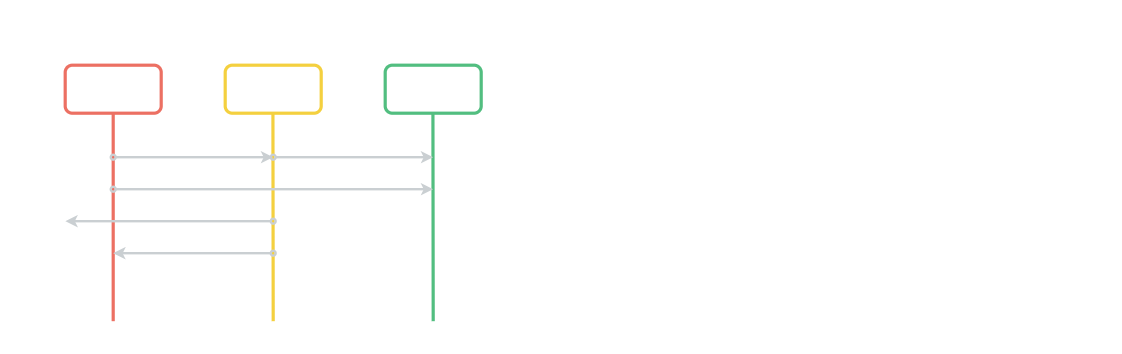
The draw.io diagram images/local_git_repository_basic_workflow.png in joseesco24/notas_de_desarrollo, before a commit. Source tidied: cells renumbered, new cells last; positions are measured from the earlier drawing's top-left corner, leaving out a move shared by most shapes.
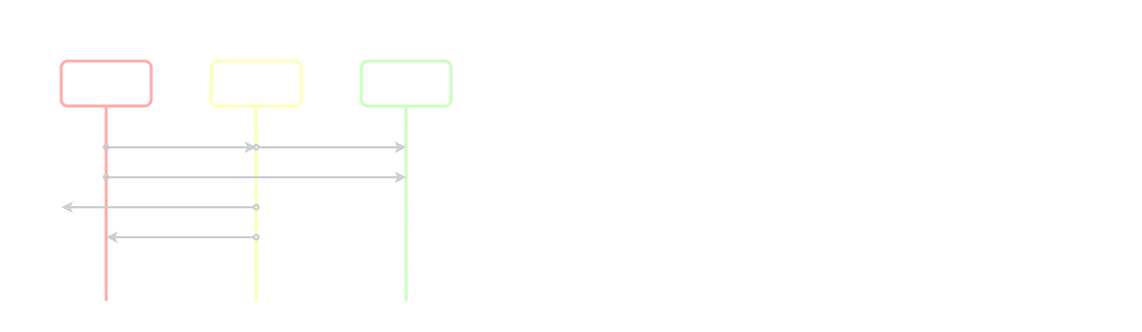
After the commit.

Commit message:
Mejoras en el diagrama de flujo de trabajo basico con git

The edit, as a diff of the source:
```diff
@@ -3,32 +3,32 @@
     <mxCell id="0" />
     <mxCell id="1" parent="0" />
     <mxCell id="2" style="rounded=1;whiteSpace=wrap;html=1;dashed=1;strokeWidth=2;shadow=0;sketch=0;glass=0;fillColor=none;strokeColor=#FFFFFF;" parent="1" vertex="1">
-      <mxGeometry x="720" width="680" height="440" as="geometry" />
+      <mxGeometry x="840" width="680" height="440" as="geometry" />
     </mxCell>
     <mxCell id="3" style="rounded=1;whiteSpace=wrap;html=1;dashed=1;strokeWidth=2;shadow=0;sketch=0;glass=0;fillColor=none;strokeColor=#FFFFFF;" parent="1" vertex="1">
       <mxGeometry width="680" height="440" as="geometry" />
     </mxCell>
-    <mxCell id="4" style="rounded=1;whiteSpace=wrap;html=1;strokeColor=#EC7063;strokeWidth=4;fillColor=none;" parent="1" vertex="1">
+    <mxCell id="4" style="rounded=1;whiteSpace=wrap;html=1;strokeWidth=4;fillColor=none;strokeColor=#FFADAD;" parent="1" vertex="1">
       <mxGeometry x="80" y="80" width="120" height="60" as="geometry" />
     </mxCell>
-    <mxCell id="5" style="rounded=1;whiteSpace=wrap;html=1;strokeColor=#F4D03F;strokeWidth=4;fillColor=none;" parent="1" vertex="1">
+    <mxCell id="5" style="rounded=1;whiteSpace=wrap;html=1;strokeWidth=4;fillColor=none;strokeColor=#FDFFB6;" parent="1" vertex="1">
       <mxGeometry x="280" y="80" width="120" height="60" as="geometry" />
     </mxCell>
-    <mxCell id="6" style="rounded=1;whiteSpace=wrap;html=1;strokeColor=#52BE80;strokeWidth=4;fillColor=none;" parent="1" vertex="1">
+    <mxCell id="6" style="rounded=1;whiteSpace=wrap;html=1;strokeWidth=4;fillColor=none;strokeColor=#CAFFBF;" parent="1" vertex="1">
       <mxGeometry x="480" y="80" width="120" height="60" as="geometry" />
     </mxCell>
-    <mxCell id="7" style="endArrow=none;html=1;entryX=0.5;entryY=1;entryDx=0;entryDy=0;strokeColor=#EC7063;strokeWidth=4;" parent="1" edge="1" target="4">
+    <mxCell id="7" style="endArrow=none;html=1;entryX=0.5;entryY=1;entryDx=0;entryDy=0;strokeWidth=4;strokeColor=#FFADAD;" parent="1" edge="1" target="4">
       <mxGeometry relative="1" as="geometry">
         <mxPoint x="140" y="400" as="sourcePoint" />
       </mxGeometry>
     </mxCell>
-    <mxCell id="8" style="endArrow=none;html=1;entryX=0.5;entryY=1;entryDx=0;entryDy=0;strokeColor=#F4D03F;strokeWidth=4;" parent="1" edge="1">
+    <mxCell id="8" style="endArrow=none;html=1;entryX=0.5;entryY=1;entryDx=0;entryDy=0;strokeWidth=4;strokeColor=#FDFFB6;" parent="1" edge="1">
       <mxGeometry relative="1" as="geometry">
         <mxPoint x="340" y="400" as="sourcePoint" />
         <mxPoint x="339.7" y="140" as="targetPoint" />
       </mxGeometry>
     </mxCell>
-    <mxCell id="9" style="endArrow=none;html=1;entryX=0.5;entryY=1;entryDx=0;entryDy=0;strokeColor=#52BE80;strokeWidth=4;" parent="1" edge="1">
+    <mxCell id="9" style="endArrow=none;html=1;entryX=0.5;entryY=1;entryDx=0;entryDy=0;strokeWidth=4;strokeColor=#CAFFBF;" parent="1" edge="1">
       <mxGeometry relative="1" as="geometry">
         <mxPoint x="540" y="400" as="sourcePoint" />
         <mxPoint x="539.7" y="140" as="targetPoint" />
@@ -91,7 +91,7 @@
       <mxGeometry x="190" y="213.5" width="100" height="20" as="geometry" />
     </mxCell>
     <mxCell id="24" value="&lt;h1&gt;&lt;font color=&quot;#ffffff&quot;&gt;Remoto&lt;/font&gt;&lt;/h1&gt;" style="text;html=1;strokeColor=none;fillColor=none;align=center;verticalAlign=middle;whiteSpace=wrap;rounded=0;shadow=0;glass=0;dashed=1;sketch=0;" parent="1" vertex="1">
-      <mxGeometry x="1000" y="20" width="120" height="40" as="geometry" />
+      <mxGeometry x="1120" y="20" width="120" height="40" as="geometry" />
     </mxCell>
   </root>
 </mxGraphModel>
```
